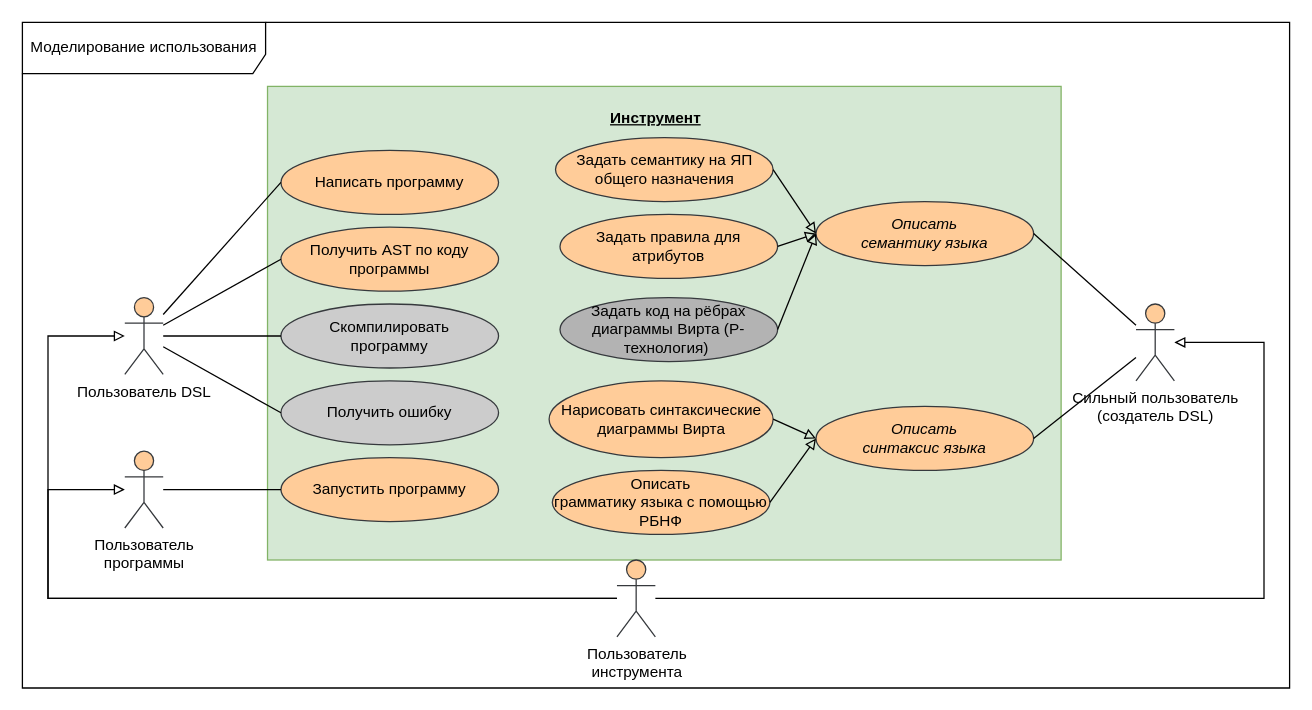
Above: _docs/raw_diagrams/functional_requirements.drawio in aVorotnikov/dsl_generator (draw.io), before the change. Source tidied: cells renumbered, new cells numbered last; positions are measured from the earlier drawing's top-left corner, leaving out a move shared by most shapes. Both pictures are drawn from the tidied source at 128%, with x=0, y=0 at pixel (22, 22).
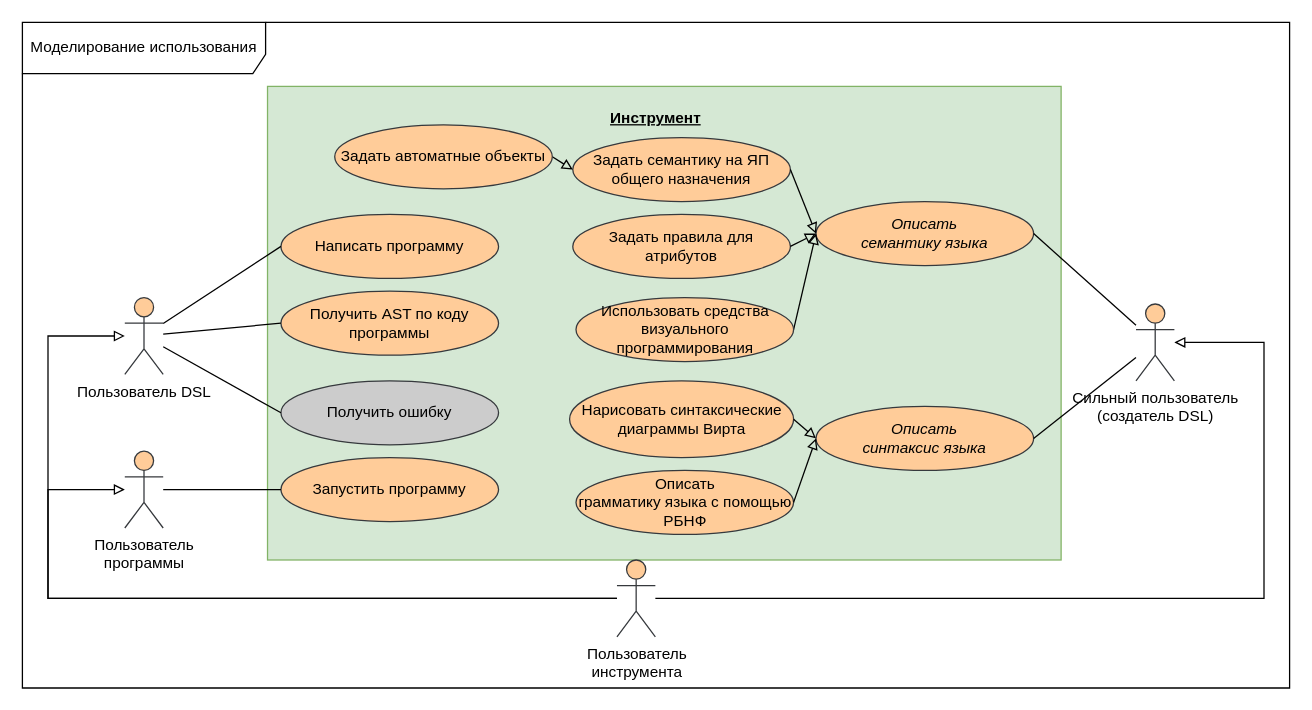
The same page after the edit.

Commit message:
Update functional requirements

Unchanged cells that the change refers to:
```xml
<mxCell id="3" value="Пользователь DSL" style="shape=umlActor;verticalLabelPosition=bottom;verticalAlign=top;html=1;fillColor=#ffcc99;strokeColor=#36393d;" parent="1" vertex="1">
  <mxGeometry x="80" y="215" width="30" height="60" as="geometry" />
</mxCell>
<mxCell id="11" value="&lt;i style=&quot;&quot;&gt;Описать&lt;br&gt;семантику языка&lt;/i&gt;" style="ellipse;whiteSpace=wrap;html=1;fillColor=#ffcc99;strokeColor=#36393d;" parent="1" vertex="1">
  <mxGeometry x="620" y="140" width="170" height="50" as="geometry" />
</mxCell>
```

What changed in the source:
```diff
@@
     <mxCell id="7" value="Написать программу" style="ellipse;whiteSpace=wrap;html=1;fillColor=#ffcc99;strokeColor=#36393d;" parent="1" vertex="1">
-      <mxGeometry x="202" y="100" width="170" height="50" as="geometry" />
+      <mxGeometry x="202" y="150" width="170" height="50" as="geometry" />
     </mxCell>
@@
-    <mxCell id="9" value="Скомпилировать&lt;br&gt;программу" style="ellipse;whiteSpace=wrap;html=1;fillColor=#CCCCCC;strokeColor=#36393d;" parent="1" vertex="1">
-      <mxGeometry x="202" y="220" width="170" height="50" as="geometry" />
-    </mxCell>
     <mxCell id="10" value="Получить AST по коду программы" style="ellipse;whiteSpace=wrap;html=1;fillColor=#ffcc99;strokeColor=#36393d;" parent="1" vertex="1">
-      <mxGeometry x="202" y="160" width="170" height="50" as="geometry" />
+      <mxGeometry x="202" y="210" width="170" height="50" as="geometry" />
     </mxCell>
@@
     <mxCell id="13" value="Задать правила для атрибутов" style="ellipse;whiteSpace=wrap;html=1;fillColor=#ffcc99;strokeColor=#36393d;" parent="1" vertex="1">
-      <mxGeometry x="420" y="150" width="170" height="50" as="geometry" />
+      <mxGeometry x="430" y="150" width="170" height="50" as="geometry" />
     </mxCell>
     <mxCell id="14" value="Описать&lt;br&gt;грамматику языка с помощью РБНФ" style="ellipse;whiteSpace=wrap;html=1;fillColor=#ffcc99;strokeColor=#36393d;" parent="1" vertex="1">
-      <mxGeometry x="414" y="350" width="170" height="50" as="geometry" />
+      <mxGeometry x="432.5" y="350" width="170" height="50" as="geometry" />
     </mxCell>
@@
-    <mxCell id="19" style="endArrow=none;html=1;rounded=0;entryX=0;entryY=0.5;entryDx=0;entryDy=0;" parent="1" edge="1" source="3" target="9">
-      <mxGeometry relative="1" as="geometry" />
-    </mxCell>
@@
     <mxCell id="26" value="Нарисовать синтаксические диаграммы Вирта" style="ellipse;whiteSpace=wrap;html=1;fillColor=#ffcc99;strokeColor=#36393d;" parent="1" vertex="1">
-      <mxGeometry x="411.5" y="280" width="175" height="60" as="geometry" />
+      <mxGeometry x="427.5" y="280" width="175" height="60" as="geometry" />
     </mxCell>
@@
     <mxCell id="29" value="Задать семантику на ЯП общего назначения" style="ellipse;whiteSpace=wrap;html=1;fillColor=#ffcc99;strokeColor=#36393d;" parent="1" vertex="1">
-      <mxGeometry x="416.5" y="90" width="170" height="50" as="geometry" />
+      <mxGeometry x="430" y="90" width="170" height="50" as="geometry" />
     </mxCell>
@@
-    <mxCell id="34" value="Задать код на рёбрах диаграммы Вирта (Р-технология)&amp;nbsp;" style="ellipse;whiteSpace=wrap;html=1;fillColor=#B3B3B3;strokeColor=#36393d;" parent="1" vertex="1">
-      <mxGeometry x="420" y="215" width="170" height="50" as="geometry" />
-    </mxCell>
-    <mxCell id="35" style="endArrow=block;html=1;rounded=0;endFill=0;exitX=1;exitY=0.5;exitDx=0;exitDy=0;entryX=0;entryY=0.5;entryDx=0;entryDy=0;" parent="1" edge="1" source="34" target="11">
+    <mxCell id="35" style="endArrow=block;html=1;rounded=0;endFill=0;exitX=1;exitY=0.5;exitDx=0;exitDy=0;entryX=0;entryY=0.5;entryDx=0;entryDy=0;" parent="1" edge="1" source="38" target="11">
       <mxGeometry relative="1" as="geometry" />
     </mxCell>
+    <mxCell id="36" style="endArrow=block;html=1;rounded=0;endFill=0;exitX=1;exitY=0.5;exitDx=0;exitDy=0;entryX=0;entryY=0.5;entryDx=0;entryDy=0;" parent="1" edge="1" source="37" target="29">
+      <mxGeometry relative="1" as="geometry" />
+    </mxCell>
+    <mxCell id="37" value="Задать автоматные объекты" style="ellipse;whiteSpace=wrap;html=1;fillColor=#ffcc99;strokeColor=#36393d;" parent="1" vertex="1">
+      <mxGeometry x="244" y="80" width="170" height="50" as="geometry" />
+    </mxCell>
+    <mxCell id="38" value="Использовать средства визуального программирования" style="ellipse;whiteSpace=wrap;html=1;fillColor=#ffcc99;strokeColor=#36393d;" parent="1" vertex="1">
+      <mxGeometry x="432.5" y="215" width="170" height="50" as="geometry" />
+    </mxCell>
```
